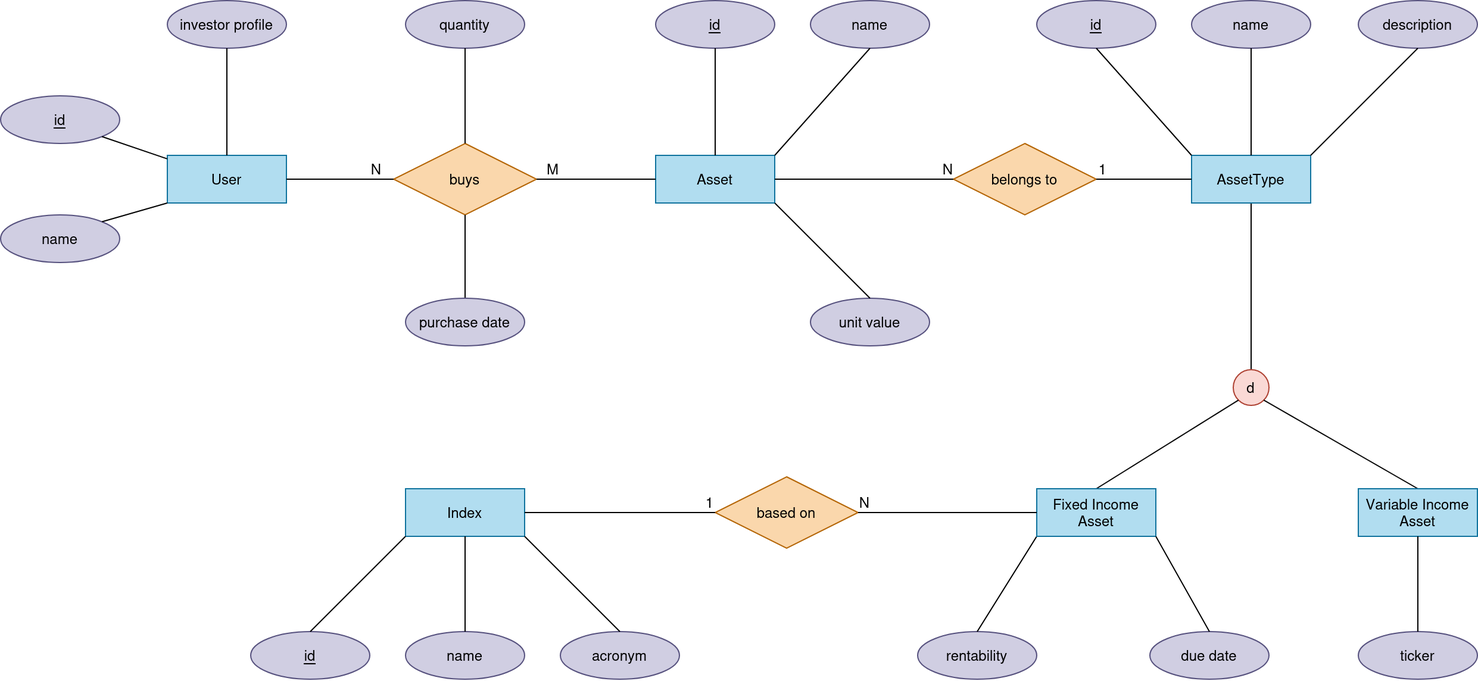
This is investment_service_erd.png from lincolnjpg/investment_service, a draw.io export, as it was before one commit. Source tidied: cells renumbered, new cells last; positions are measured from the earlier drawing's top-left corner, leaving out a move shared by most shapes.
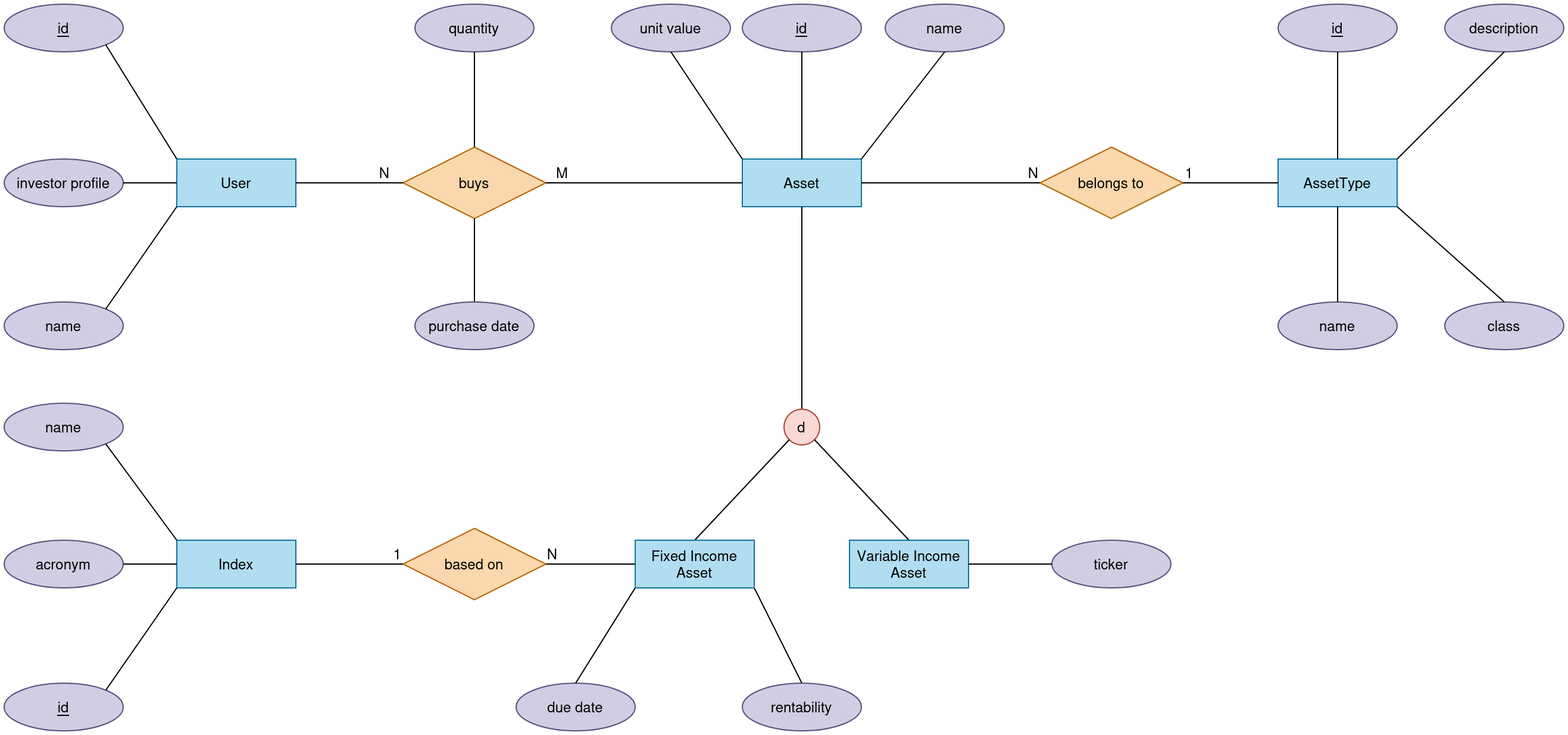
After the commit.

The edit, as a diff of the source:
```diff
@@ -3,19 +3,19 @@
     <mxCell id="0" />
     <mxCell id="1" parent="0" />
     <mxCell id="2" value="User" style="whiteSpace=wrap;html=1;align=center;fillColor=#b1ddf0;strokeColor=#10739e;" parent="1" vertex="1">
-      <mxGeometry x="140" y="130" width="100" height="40" as="geometry" />
+      <mxGeometry x="75" y="130" width="100" height="40" as="geometry" />
     </mxCell>
     <mxCell id="3" value="Asset" style="whiteSpace=wrap;html=1;align=center;fillColor=#b1ddf0;strokeColor=#10739e;" parent="1" vertex="1">
       <mxGeometry x="550" y="130" width="100" height="40" as="geometry" />
     </mxCell>
     <mxCell id="4" value="Index" style="whiteSpace=wrap;html=1;align=center;fillColor=#b1ddf0;strokeColor=#10739e;" parent="1" vertex="1">
-      <mxGeometry x="340" y="410" width="100" height="40" as="geometry" />
+      <mxGeometry x="75" y="450" width="100" height="40" as="geometry" />
     </mxCell>
     <mxCell id="5" value="buys" style="shape=rhombus;perimeter=rhombusPerimeter;whiteSpace=wrap;html=1;align=center;fillColor=#fad7ac;strokeColor=#b46504;" parent="1" vertex="1">
-      <mxGeometry x="330" y="120" width="120" height="60" as="geometry" />
+      <mxGeometry x="265" y="120" width="120" height="60" as="geometry" />
     </mxCell>
     <mxCell id="6" value="based on" style="shape=rhombus;perimeter=rhombusPerimeter;whiteSpace=wrap;html=1;align=center;fillColor=#fad7ac;strokeColor=#b46504;" parent="1" vertex="1">
-      <mxGeometry x="600" y="400" width="120" height="60" as="geometry" />
+      <mxGeometry x="265" y="440" width="120" height="60" as="geometry" />
     </mxCell>
     <mxCell id="7" style="endArrow=none;html=1;rounded=0;exitX=1;exitY=0.5;exitDx=0;exitDy=0;" parent="1" edge="1" source="2" target="5">
       <mxGeometry relative="1" as="geometry" />
@@ -40,36 +40,36 @@
       <mxGeometry x="1" relative="1" as="geometry" />
     </mxCell>
     <mxCell id="13" value="&lt;u&gt;id&lt;/u&gt;" style="ellipse;whiteSpace=wrap;html=1;align=center;fillColor=#d0cee2;strokeColor=#56517e;" parent="1" vertex="1">
-      <mxGeometry y="80" width="100" height="40" as="geometry" />
+      <mxGeometry x="-70" width="100" height="40" as="geometry" />
     </mxCell>
     <mxCell id="14" value="name" style="ellipse;whiteSpace=wrap;html=1;align=center;fillColor=#d0cee2;strokeColor=#56517e;" parent="1" vertex="1">
-      <mxGeometry y="180" width="100" height="40" as="geometry" />
+      <mxGeometry x="-70" y="250" width="100" height="40" as="geometry" />
     </mxCell>
     <mxCell id="15" value="&lt;u&gt;id&lt;/u&gt;" style="ellipse;whiteSpace=wrap;html=1;align=center;fillColor=#d0cee2;strokeColor=#56517e;" parent="1" vertex="1">
       <mxGeometry x="550" width="100" height="40" as="geometry" />
     </mxCell>
     <mxCell id="16" value="name" style="ellipse;whiteSpace=wrap;html=1;align=center;fillColor=#d0cee2;strokeColor=#56517e;" parent="1" vertex="1">
-      <mxGeometry x="680" width="100" height="40" as="geometry" />
+      <mxGeometry x="670" width="100" height="40" as="geometry" />
     </mxCell>
     <mxCell id="17" value="rentability" style="ellipse;whiteSpace=wrap;html=1;align=center;fillColor=#d0cee2;strokeColor=#56517e;" parent="1" vertex="1">
-      <mxGeometry x="770" y="530" width="100" height="40" as="geometry" />
+      <mxGeometry x="550" y="570" width="100" height="40" as="geometry" />
     </mxCell>
     <mxCell id="18" value="&lt;u&gt;id&lt;/u&gt;" style="ellipse;whiteSpace=wrap;html=1;align=center;fillColor=#d0cee2;strokeColor=#56517e;" parent="1" vertex="1">
-      <mxGeometry x="210" y="530" width="100" height="40" as="geometry" />
+      <mxGeometry x="-70" y="570" width="100" height="40" as="geometry" />
     </mxCell>
     <mxCell id="19" value="name" style="ellipse;whiteSpace=wrap;html=1;align=center;fillColor=#d0cee2;strokeColor=#56517e;" parent="1" vertex="1">
-      <mxGeometry x="340" y="530" width="100" height="40" as="geometry" />
+      <mxGeometry x="-70" y="335" width="100" height="40" as="geometry" />
     </mxCell>
     <mxCell id="20" value="acronym" style="ellipse;whiteSpace=wrap;html=1;align=center;fillColor=#d0cee2;strokeColor=#56517e;" parent="1" vertex="1">
-      <mxGeometry x="470" y="530" width="100" height="40" as="geometry" />
+      <mxGeometry x="-70" y="450" width="100" height="40" as="geometry" />
     </mxCell>
-    <mxCell id="21" style="endArrow=none;html=1;rounded=0;exitX=0.5;exitY=0;exitDx=0;exitDy=0;entryX=0;entryY=1;entryDx=0;entryDy=0;" parent="1" edge="1" source="18" target="4">
+    <mxCell id="21" style="endArrow=none;html=1;rounded=0;exitX=1;exitY=0;exitDx=0;exitDy=0;entryX=0;entryY=1;entryDx=0;entryDy=0;" parent="1" edge="1" source="18" target="4">
       <mxGeometry relative="1" as="geometry" />
     </mxCell>
-    <mxCell id="22" style="endArrow=none;html=1;rounded=0;exitX=0.5;exitY=0;exitDx=0;exitDy=0;entryX=0.5;entryY=1;entryDx=0;entryDy=0;" parent="1" edge="1" source="19" target="4">
+    <mxCell id="22" style="endArrow=none;html=1;rounded=0;exitX=1;exitY=1;exitDx=0;exitDy=0;entryX=0;entryY=0;entryDx=0;entryDy=0;" parent="1" edge="1" source="19" target="4">
       <mxGeometry relative="1" as="geometry" />
     </mxCell>
-    <mxCell id="23" style="endArrow=none;html=1;rounded=0;exitX=1;exitY=1;exitDx=0;exitDy=0;entryX=0.5;entryY=0;entryDx=0;entryDy=0;" parent="1" edge="1" source="4" target="20">
+    <mxCell id="23" style="endArrow=none;html=1;rounded=0;exitX=0;exitY=0.5;exitDx=0;exitDy=0;entryX=1;entryY=0.5;entryDx=0;entryDy=0;" parent="1" edge="1" source="4" target="20">
       <mxGeometry relative="1" as="geometry" />
     </mxCell>
     <mxCell id="24" style="endArrow=none;html=1;rounded=0;exitX=0.5;exitY=1;exitDx=0;exitDy=0;entryX=0.5;entryY=0;entryDx=0;entryDy=0;" parent="1" edge="1" source="15" target="3">
@@ -78,20 +78,20 @@
     <mxCell id="25" style="endArrow=none;html=1;rounded=0;exitX=0.5;exitY=1;exitDx=0;exitDy=0;entryX=1;entryY=0;entryDx=0;entryDy=0;" parent="1" edge="1" source="16" target="3">
       <mxGeometry relative="1" as="geometry" />
     </mxCell>
-    <mxCell id="26" style="endArrow=none;html=1;rounded=0;exitX=0.5;exitY=0;exitDx=0;exitDy=0;entryX=0;entryY=1;entryDx=0;entryDy=0;" parent="1" edge="1" source="17" target="34">
+    <mxCell id="26" style="endArrow=none;html=1;rounded=0;exitX=0.5;exitY=0;exitDx=0;exitDy=0;entryX=1;entryY=1;entryDx=0;entryDy=0;" parent="1" edge="1" source="17" target="34">
       <mxGeometry relative="1" as="geometry" />
     </mxCell>
-    <mxCell id="27" style="endArrow=none;html=1;rounded=0;exitX=1;exitY=1;exitDx=0;exitDy=0;" parent="1" edge="1" source="13" target="2">
+    <mxCell id="27" style="endArrow=none;html=1;rounded=0;exitX=1;exitY=1;exitDx=0;exitDy=0;entryX=0;entryY=0;entryDx=0;entryDy=0;" parent="1" edge="1" source="13" target="2">
       <mxGeometry relative="1" as="geometry" />
     </mxCell>
     <mxCell id="28" style="endArrow=none;html=1;rounded=0;exitX=1;exitY=0;exitDx=0;exitDy=0;entryX=0;entryY=1;entryDx=0;entryDy=0;" parent="1" edge="1" source="14" target="2">
       <mxGeometry relative="1" as="geometry" />
     </mxCell>
-    <mxCell id="29" style="endArrow=none;html=1;rounded=0;exitX=0.5;exitY=1;exitDx=0;exitDy=0;entryX=0.5;entryY=0;entryDx=0;entryDy=0;" parent="1" edge="1" source="48" target="30">
+    <mxCell id="29" style="endArrow=none;html=1;rounded=0;exitX=0.5;exitY=1;exitDx=0;exitDy=0;entryX=0.5;entryY=0;entryDx=0;entryDy=0;" parent="1" edge="1" source="3" target="30">
       <mxGeometry relative="1" as="geometry" />
     </mxCell>
     <mxCell id="30" value="d" style="ellipse;whiteSpace=wrap;html=1;fillColor=#fad9d5;strokeColor=#ae4132;" parent="1" vertex="1">
-      <mxGeometry x="1035" y="310" width="30" height="30" as="geometry" />
+      <mxGeometry x="585" y="340" width="30" height="30" as="geometry" />
     </mxCell>
     <mxCell id="31" style="endArrow=none;html=1;rounded=0;exitX=0;exitY=1;exitDx=0;exitDy=0;entryX=0.5;entryY=0;entryDx=0;entryDy=0;" parent="1" edge="1" source="30" target="34">
       <mxGeometry relative="1" as="geometry" />
@@ -100,10 +100,10 @@
       <mxGeometry relative="1" as="geometry" />
     </mxCell>
     <mxCell id="33" value="Variable Income Asset" style="whiteSpace=wrap;html=1;align=center;fillColor=#b1ddf0;strokeColor=#10739e;" parent="1" vertex="1">
-      <mxGeometry x="1140" y="410" width="100" height="40" as="geometry" />
+      <mxGeometry x="640" y="450" width="100" height="40" as="geometry" />
     </mxCell>
     <mxCell id="34" value="Fixed Income Asset" style="whiteSpace=wrap;html=1;align=center;fillColor=#b1ddf0;strokeColor=#10739e;" parent="1" vertex="1">
-      <mxGeometry x="870" y="410" width="100" height="40" as="geometry" />
+      <mxGeometry x="460" y="450" width="100" height="40" as="geometry" />
     </mxCell>
     <mxCell id="35" style="endArrow=none;html=1;rounded=0;entryX=1;entryY=0.5;entryDx=0;entryDy=0;exitX=0;exitY=0.5;exitDx=0;exitDy=0;" parent="1" edge="1" source="34" target="6">
       <mxGeometry relative="1" as="geometry" />
@@ -117,30 +117,30 @@
       <mxGeometry relative="1" as="geometry" />
     </mxCell>
     <mxCell id="38" value="purchase date" style="ellipse;whiteSpace=wrap;html=1;align=center;fillColor=#d0cee2;strokeColor=#56517e;" parent="1" vertex="1">
-      <mxGeometry x="340" y="250" width="100" height="40" as="geometry" />
+      <mxGeometry x="275" y="250" width="100" height="40" as="geometry" />
     </mxCell>
     <mxCell id="39" value="due date" style="ellipse;whiteSpace=wrap;html=1;align=center;fillColor=#d0cee2;strokeColor=#56517e;" parent="1" vertex="1">
-      <mxGeometry x="965" y="530" width="100" height="40" as="geometry" />
+      <mxGeometry x="360" y="570" width="100" height="40" as="geometry" />
     </mxCell>
-    <mxCell id="40" style="endArrow=none;html=1;rounded=0;entryX=1;entryY=1;entryDx=0;entryDy=0;exitX=0.5;exitY=0;exitDx=0;exitDy=0;" parent="1" edge="1" source="39" target="34">
+    <mxCell id="40" style="endArrow=none;html=1;rounded=0;entryX=0;entryY=1;entryDx=0;entryDy=0;exitX=0.5;exitY=0;exitDx=0;exitDy=0;" parent="1" edge="1" source="39" target="34">
       <mxGeometry relative="1" as="geometry" />
     </mxCell>
     <mxCell id="41" value="unit value" style="ellipse;whiteSpace=wrap;html=1;align=center;fillColor=#d0cee2;strokeColor=#56517e;" parent="1" vertex="1">
-      <mxGeometry x="680" y="250" width="100" height="40" as="geometry" />
+      <mxGeometry x="440" width="100" height="40" as="geometry" />
     </mxCell>
-    <mxCell id="42" style="endArrow=none;html=1;rounded=0;entryX=0.5;entryY=0;entryDx=0;entryDy=0;exitX=1;exitY=1;exitDx=0;exitDy=0;" parent="1" edge="1" source="3" target="41">
+    <mxCell id="42" style="endArrow=none;html=1;rounded=0;entryX=0.5;entryY=1;entryDx=0;entryDy=0;exitX=0;exitY=0;exitDx=0;exitDy=0;" parent="1" edge="1" source="3" target="41">
       <mxGeometry relative="1" as="geometry" />
     </mxCell>
     <mxCell id="43" value="quantity" style="ellipse;whiteSpace=wrap;html=1;align=center;fillColor=#d0cee2;strokeColor=#56517e;" parent="1" vertex="1">
-      <mxGeometry x="340" width="100" height="40" as="geometry" />
+      <mxGeometry x="275" width="100" height="40" as="geometry" />
     </mxCell>
     <mxCell id="44" style="endArrow=none;html=1;rounded=0;exitX=0.5;exitY=1;exitDx=0;exitDy=0;" parent="1" edge="1" source="43" target="5">
       <mxGeometry relative="1" as="geometry" />
     </mxCell>
     <mxCell id="45" value="ticker" style="ellipse;whiteSpace=wrap;html=1;align=center;fillColor=#d0cee2;strokeColor=#56517e;" parent="1" vertex="1">
-      <mxGeometry x="1140" y="530" width="100" height="40" as="geometry" />
+      <mxGeometry x="810" y="450" width="100" height="40" as="geometry" />
     </mxCell>
-    <mxCell id="46" style="endArrow=none;html=1;rounded=0;exitX=0.5;exitY=0;exitDx=0;exitDy=0;entryX=0.5;entryY=1;entryDx=0;entryDy=0;" parent="1" edge="1" source="45" target="33">
+    <mxCell id="46" style="endArrow=none;html=1;rounded=0;exitX=0;exitY=0.5;exitDx=0;exitDy=0;entryX=1;entryY=0.5;entryDx=0;entryDy=0;" parent="1" edge="1" source="45" target="33">
       <mxGeometry relative="1" as="geometry" />
     </mxCell>
     <mxCell id="47" value="belongs to" style="shape=rhombus;perimeter=rhombusPerimeter;whiteSpace=wrap;html=1;align=center;fillColor=#fad7ac;strokeColor=#b46504;" parent="1" vertex="1">
@@ -164,15 +164,15 @@
       <mxGeometry x="1" relative="1" as="geometry" />
     </mxCell>
     <mxCell id="53" value="&lt;u&gt;id&lt;/u&gt;" style="ellipse;whiteSpace=wrap;html=1;align=center;fillColor=#d0cee2;strokeColor=#56517e;" parent="1" vertex="1">
-      <mxGeometry x="870" width="100" height="40" as="geometry" />
+      <mxGeometry x="1000" width="100" height="40" as="geometry" />
     </mxCell>
-    <mxCell id="54" style="endArrow=none;html=1;rounded=0;exitX=0.5;exitY=1;exitDx=0;exitDy=0;entryX=0;entryY=0;entryDx=0;entryDy=0;" parent="1" edge="1" source="53" target="48">
+    <mxCell id="54" style="endArrow=none;html=1;rounded=0;exitX=0.5;exitY=1;exitDx=0;exitDy=0;entryX=0.5;entryY=0;entryDx=0;entryDy=0;" parent="1" edge="1" source="53" target="48">
       <mxGeometry relative="1" as="geometry" />
     </mxCell>
     <mxCell id="55" value="name" style="ellipse;whiteSpace=wrap;html=1;align=center;fillColor=#d0cee2;strokeColor=#56517e;" parent="1" vertex="1">
-      <mxGeometry x="1000" width="100" height="40" as="geometry" />
+      <mxGeometry x="1000" y="250" width="100" height="40" as="geometry" />
     </mxCell>
-    <mxCell id="56" style="endArrow=none;html=1;rounded=0;exitX=0.5;exitY=1;exitDx=0;exitDy=0;entryX=0.5;entryY=0;entryDx=0;entryDy=0;" parent="1" edge="1" source="55" target="48">
+    <mxCell id="56" style="endArrow=none;html=1;rounded=0;entryX=0.5;entryY=1;entryDx=0;entryDy=0;exitX=0.5;exitY=0;exitDx=0;exitDy=0;" parent="1" edge="1" source="55" target="48">
       <mxGeometry relative="1" as="geometry" />
     </mxCell>
     <mxCell id="57" value="description" style="ellipse;whiteSpace=wrap;html=1;align=center;fillColor=#d0cee2;strokeColor=#56517e;" parent="1" vertex="1">
@@ -182,10 +182,16 @@
       <mxGeometry relative="1" as="geometry" />
     </mxCell>
     <mxCell id="59" value="investor profile" style="ellipse;whiteSpace=wrap;html=1;align=center;fillColor=#d0cee2;strokeColor=#56517e;" parent="1" vertex="1">
-      <mxGeometry x="140" width="100" height="40" as="geometry" />
+      <mxGeometry x="-70" y="130" width="100" height="40" as="geometry" />
     </mxCell>
-    <mxCell id="60" style="endArrow=none;html=1;rounded=0;entryX=0.5;entryY=1;entryDx=0;entryDy=0;exitX=0.5;exitY=0;exitDx=0;exitDy=0;" parent="1" edge="1" source="2" target="59">
+    <mxCell id="60" style="endArrow=none;html=1;rounded=0;entryX=1;entryY=0.5;entryDx=0;entryDy=0;exitX=0;exitY=0.5;exitDx=0;exitDy=0;" parent="1" edge="1" source="2" target="59">
       <mxGeometry relative="1" as="geometry" />
     </mxCell>
+    <mxCell id="61" value="class" style="ellipse;whiteSpace=wrap;html=1;align=center;fillColor=#d0cee2;strokeColor=#56517e;" parent="1" vertex="1">
+      <mxGeometry x="1140" y="250" width="100" height="40" as="geometry" />
+    </mxCell>
+    <mxCell id="62" style="endArrow=none;html=1;rounded=0;exitX=0.5;exitY=0;exitDx=0;exitDy=0;entryX=1;entryY=1;entryDx=0;entryDy=0;" parent="1" edge="1" source="61" target="48">
+      <mxGeometry relative="1" as="geometry" />
+    </mxCell>
   </root>
 </mxGraphModel>
```
